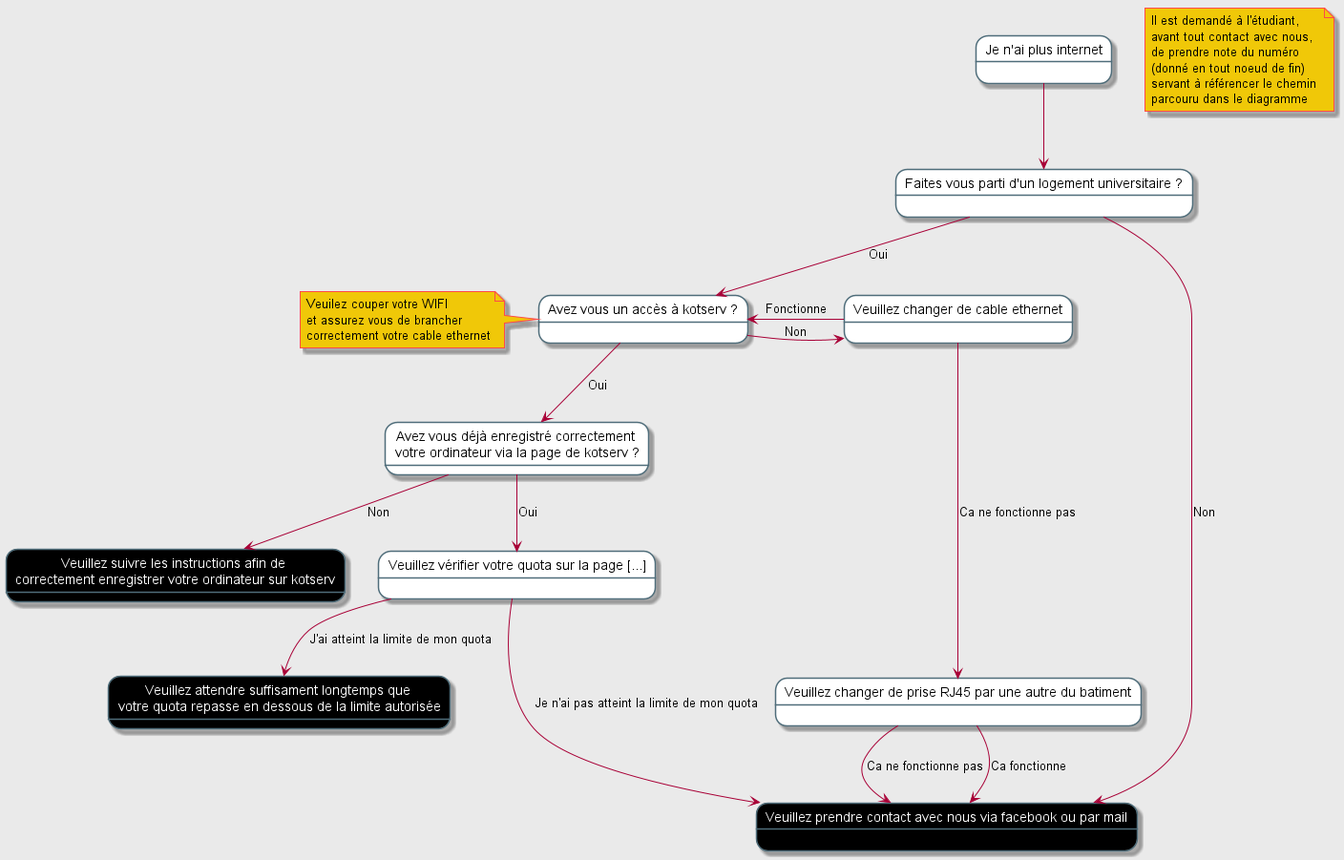
The PlantUML diagram backend/public/diagrams/1/diagram.png in e-kot-unamur/aide, before a commit. Source of this version:
```plantuml
@startuml

skinparam backgroundColor #EAEAEA
skinparam note {
    BackgroundColor #F0C808
    BorderColor #FE4A49
}
skinparam state {
    BackgroundColor #fff
    BackgroundColor<<Leaf>> #000000
    FontColor<<Leaf>> #FFF
    BorderColor #4F6D7A
}

state "Je n'ai plus internet" as root
state "Faites vous parti d'un logement universitaire ?" as logementState

state "Avez vous un accès à kotserv ?" as kotservState

state "Veuillez changer de cable ethernet" as ethernetState
state "Veuillez changer de prise RJ45 par une autre du batiment" as rj45State

state "Avez vous déjà enregistré correctement \nvotre ordinateur via la page de kotserv ?" as registeredState
state "Veuillez vérifier votre quota sur la page [...]" as quotaState


state "Veuillez prendre contact avec nous via facebook ou par mail" as contactLeaf <<Leaf>>
state "Veuillez suivre les instructions afin de \ncorrectement enregistrer votre ordinateur sur kotserv" as registerLeaf <<Leaf>>
state "Veuillez attendre suffisament longtemps que \nvotre quota repasse en dessous de la limite autorisée" as quotaLeaf <<Leaf>>

note left of kotservState : Veuilez couper votre WIFI \net assurez vous de brancher \ncorrectement votre cable ethernet
note "Il est demandé à l'étudiant, \navant tout contact avec nous, \nde prendre note du numéro \n(donné en tout noeud de fin) \nservant à référencer le chemin \nparcouru dans le diagramme" as N1


root --> logementState

logementState --> contactLeaf : Non
logementState --> kotservState : Oui

kotservState -> ethernetState : Non
kotservState --> registeredState : Oui

ethernetState -> kotservState : Fonctionne
ethernetState -> rj45State : Ca ne fonctionne pas

rj45State --> contactLeaf : Ca ne fonctionne pas
rj45State --> contactLeaf : Ca fonctionne

registeredState --> registerLeaf : Non
registeredState --> quotaState : Oui

quotaState ---> contactLeaf : Je n'ai pas atteint la limite de mon quota
quotaState --> quotaLeaf : J'ai atteint la limite de mon quota

@enduml
```
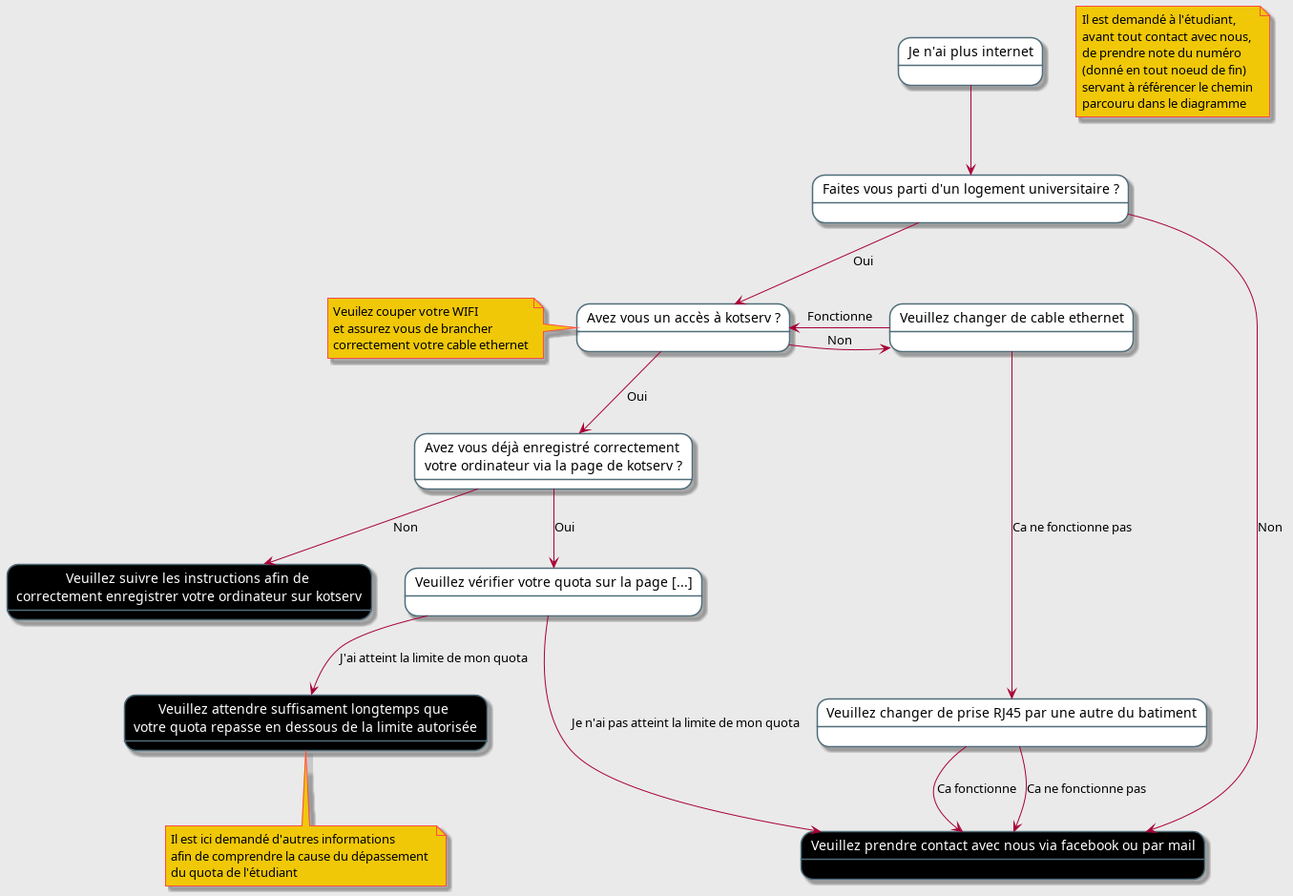
After the commit.

Commit message:
Finalize the new diagram

What changed in the source:
```diff
@@ -29,6 +29,7 @@
 state "Veuillez attendre suffisament longtemps que \nvotre quota repasse en dessous de la limite autorisée" as quotaLeaf <<Leaf>>
 
 note left of kotservState : Veuilez couper votre WIFI \net assurez vous de brancher \ncorrectement votre cable ethernet
+note bottom of quotaLeaf : Il est ici demandé d'autres informations \nafin de comprendre la cause du dépassement \ndu quota de l'étudiant
 note "Il est demandé à l'étudiant, \navant tout contact avec nous, \nde prendre note du numéro \n(donné en tout noeud de fin) \nservant à référencer le chemin \nparcouru dans le diagramme" as N1
 
 
```
